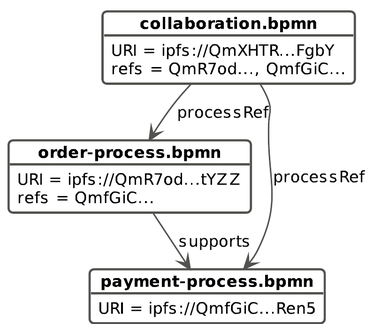
Above: docs/images/cascade-before.png in alfa-yohannis/ecorefs (PlantUML), before the change. Its source is kept beside it as papers/01-JSS/paper/figures/cascade-before.puml. Source of this version:
```plantuml
@startuml cascade-before
!include style.iuml
skinparam defaultFontSize 11
skinparam nodesep 12
skinparam ranksep 26

object "collaboration.bpmn" as C {
  URI = ipfs://QmXHTR...FgbY
  refs = QmR7od..., QmfGiC...
}
object "order-process.bpmn" as O {
  URI = ipfs://QmR7od...tYZZ
  refs = QmfGiC...
}
object "payment-process.bpmn" as P {
  URI = ipfs://QmfGiC...Ren5
}

C --> O : processRef
C --> P : processRef
O --> P : supports
@enduml
```
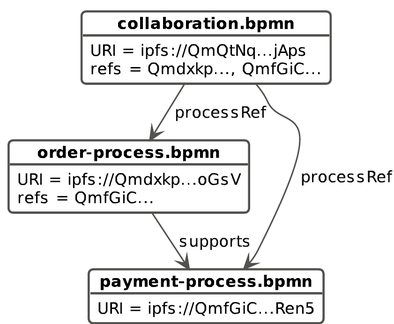
The same file after the commit.

Diff of the diagram source:
```diff
@@ -5,11 +5,11 @@
 skinparam ranksep 26
 
 object "collaboration.bpmn" as C {
-  URI = ipfs://QmXHTR...FgbY
-  refs = QmR7od..., QmfGiC...
+  URI = ipfs://QmQtNq...jAps
+  refs = Qmdxkp..., QmfGiC...
 }
 object "order-process.bpmn" as O {
-  URI = ipfs://QmR7od...tYZZ
+  URI = ipfs://Qmdxkp...oGsV
   refs = QmfGiC...
 }
 object "payment-process.bpmn" as P {
```
